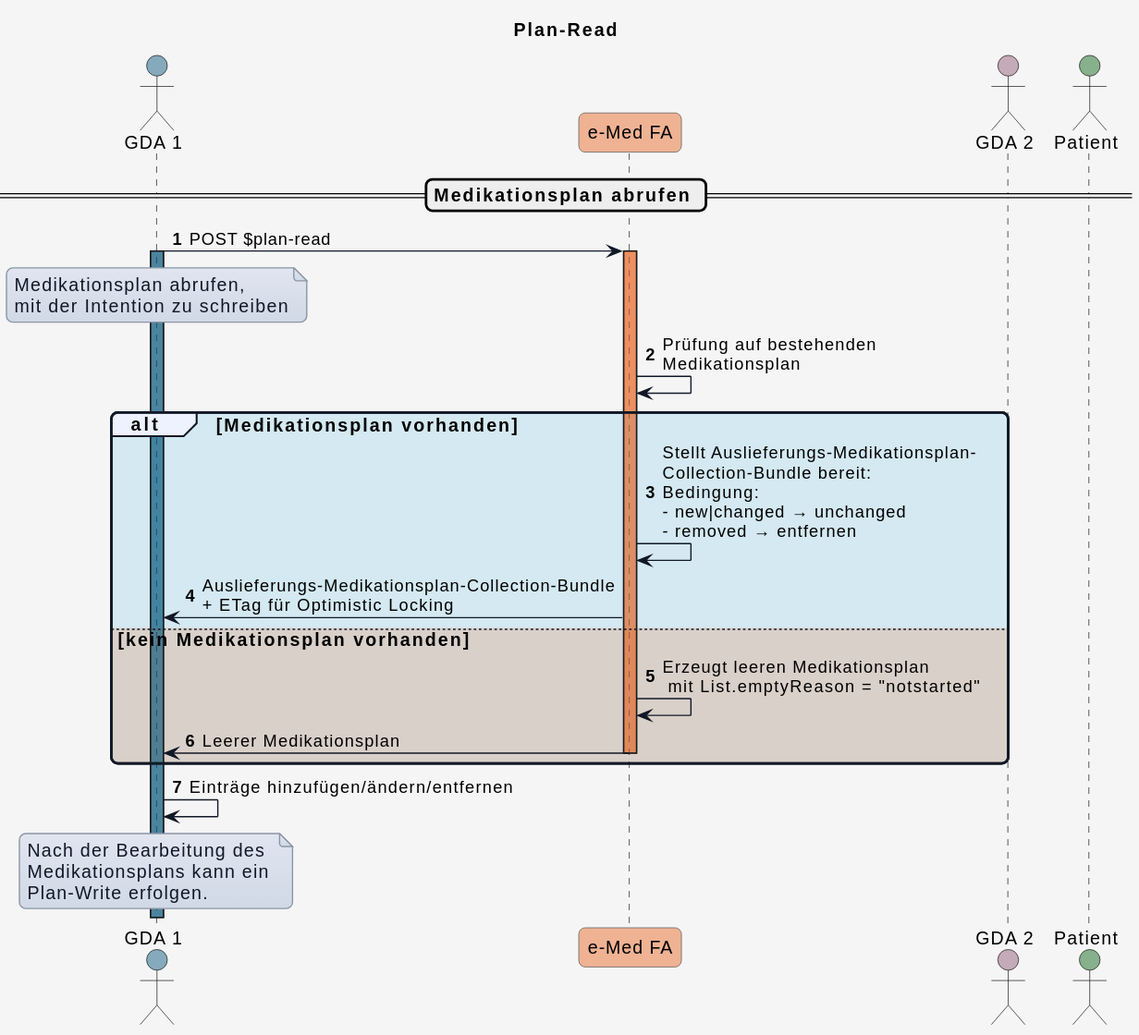
HL7Austria/hl7austria.github.io keeps this PlantUML diagram as r4-ELGA-e-Medikation-main/plantuml/interaction_planread.svg. Above is the earlier version. Its diagram source:
```plantuml
@startuml
title Plan-Read


skinparam borderColor #000000
skinparam backgroundColor #f5f5f5
skinparam shadowing false
skinparam roundCorner 10
skinparam defaultFontName "Arial"
skinparam defaultFontSize 14
skinparam defaultFontColor #000000
skinparam HyperlinkColor #0000EE
skinparam HyperlinkUnderline false
skinparam BoxPadding 20
skinparam BoxBorderColor #555555

skinparam note {
  BackgroundColor #e0e5f0-#d1d9e6
  BorderColor #8b95a5
  BorderThickness 1
  RoundCorner 0
  Padding 6
  FontColor #111827
  Shadowing false
}

skinparam sequence {
  ParticipantBorderColor #555555
  ParticipantBackgroundColor #ffffff
  ParticipantFontColor #000000
  ParticipantFontSize 14
  ParticipantPadding 20
  ArrowColor #111827
  ArrowThickness 1
  ArrowFontColor #000000
  ArrowFontSize 13
  GroupBorderColor #111827
  GroupBackgroundColor #eef2ff
  GroupBorderThickness 2
}

!define COLOR_GDA_1    #15608280
!define COLOR_GDA_2    #96607D80
!define COLOR_PATIENT  #196B2480
!define COLOR_APO      #0F9ED590
!define COLOR_EMED_FA  #E9713280
!define COLOR_E_REZEPT #C0504D80

!define COLOR_OK       #0F9ED525
!define COLOR_ERROR    #E9713235

actor GDA_1 as "GDA 1" COLOR_GDA_1
participant eMed_FA as "e-Med FA" COLOR_EMED_FA
actor GDA_2 as "GDA 2" COLOR_GDA_2
actor Patient as "Patient" COLOR_PATIENT

autonumber

== Medikationsplan abrufen ==

GDA_1 -> eMed_FA: POST $plan-read
activate GDA_1 COLOR_GDA_1

note over GDA_1
Medikationsplan abrufen,
mit der Intention zu schreiben
end note

activate eMed_FA COLOR_EMED_FA
eMed_FA -> eMed_FA: Prüfung auf bestehenden\nMedikationsplan

alt COLOR_OK Medikationsplan vorhanden
  eMed_FA -> eMed_FA: Stellt Auslieferungs-Medikationsplan-\nCollection-Bundle bereit:\nBedingung:\n- new|changed → unchanged\n- removed → entfernen
  eMed_FA -> GDA_1: Auslieferungs-Medikationsplan-Collection-Bundle\n+ ETag für Optimistic Locking
else COLOR_ERROR kein Medikationsplan vorhanden
  eMed_FA -> eMed_FA: Erzeugt leeren Medikationsplan\n mit List.emptyReason = "notstarted"
  eMed_FA -> GDA_1: Leerer Medikationsplan
  deactivate eMed_FA
end

GDA_1 -> GDA_1: Einträge hinzufügen/ändern/entfernen

note over GDA_1
Nach der Bearbeitung des
Medikationsplans kann ein
Plan-Write erfolgen.
end note
@enduml
```
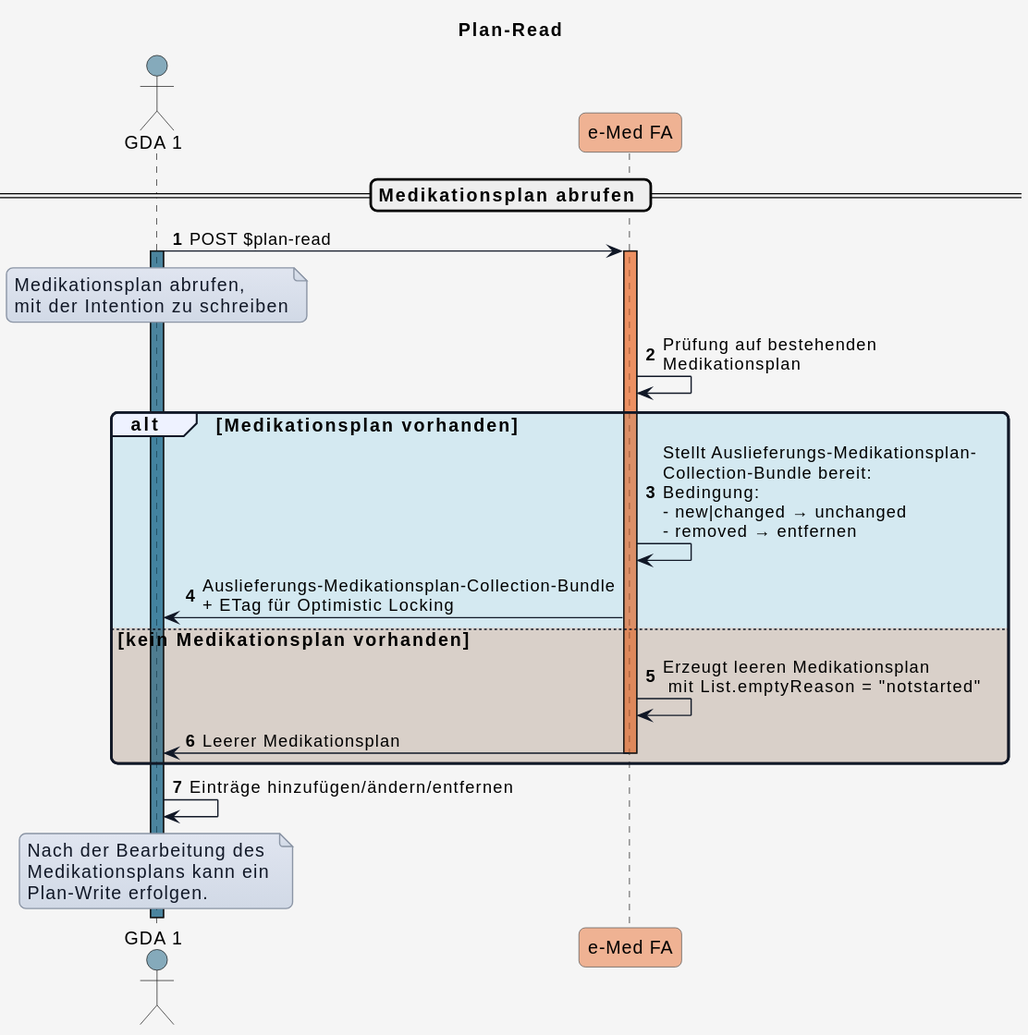
The same diagram one commit later.

What changed in the source:
```diff
@@ -51,8 +51,7 @@
 
 actor GDA_1 as "GDA 1" COLOR_GDA_1
 participant eMed_FA as "e-Med FA" COLOR_EMED_FA
-actor GDA_2 as "GDA 2" COLOR_GDA_2
-actor Patient as "Patient" COLOR_PATIENT
+
 
 autonumber
 
```
